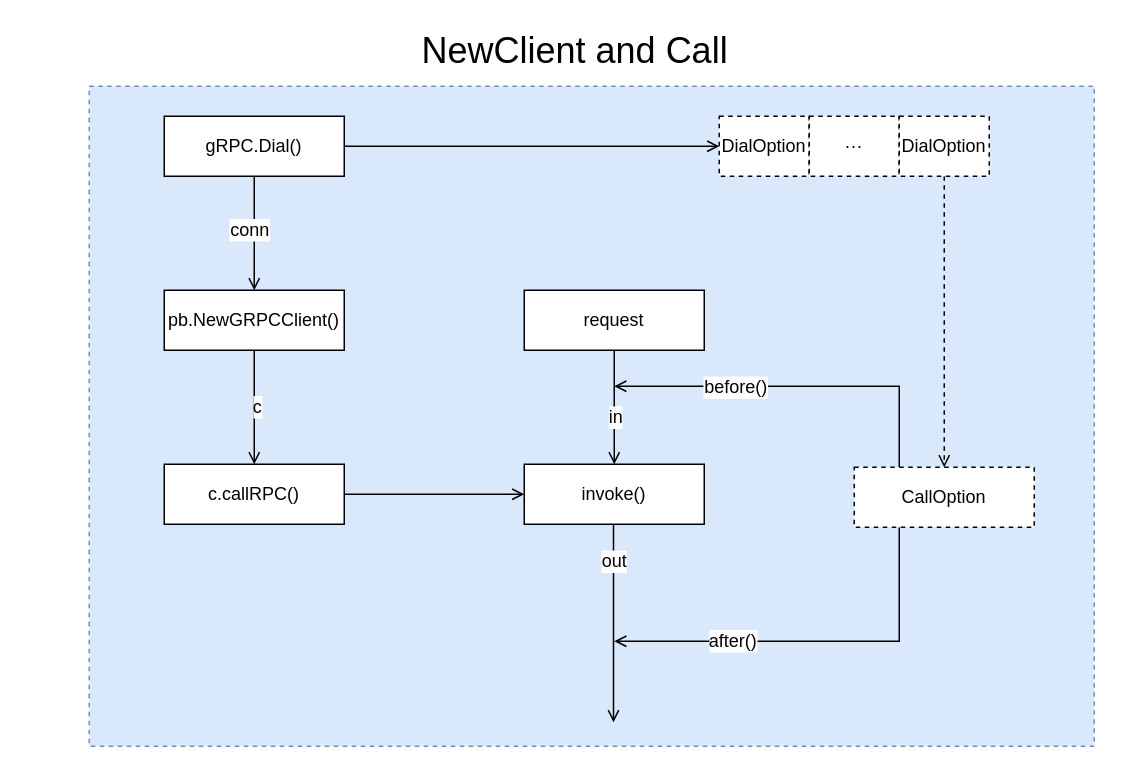
Above: gRPC-call.drawio in abserari/draw.io (draw.io), before the change. Source tidied: cells renumbered, new cells numbered last; positions are measured from the earlier drawing's top-left corner, leaving out a move shared by most shapes. Both pictures are drawn from the tidied source at 150%, with x=0, y=0 at pixel (88, 26).
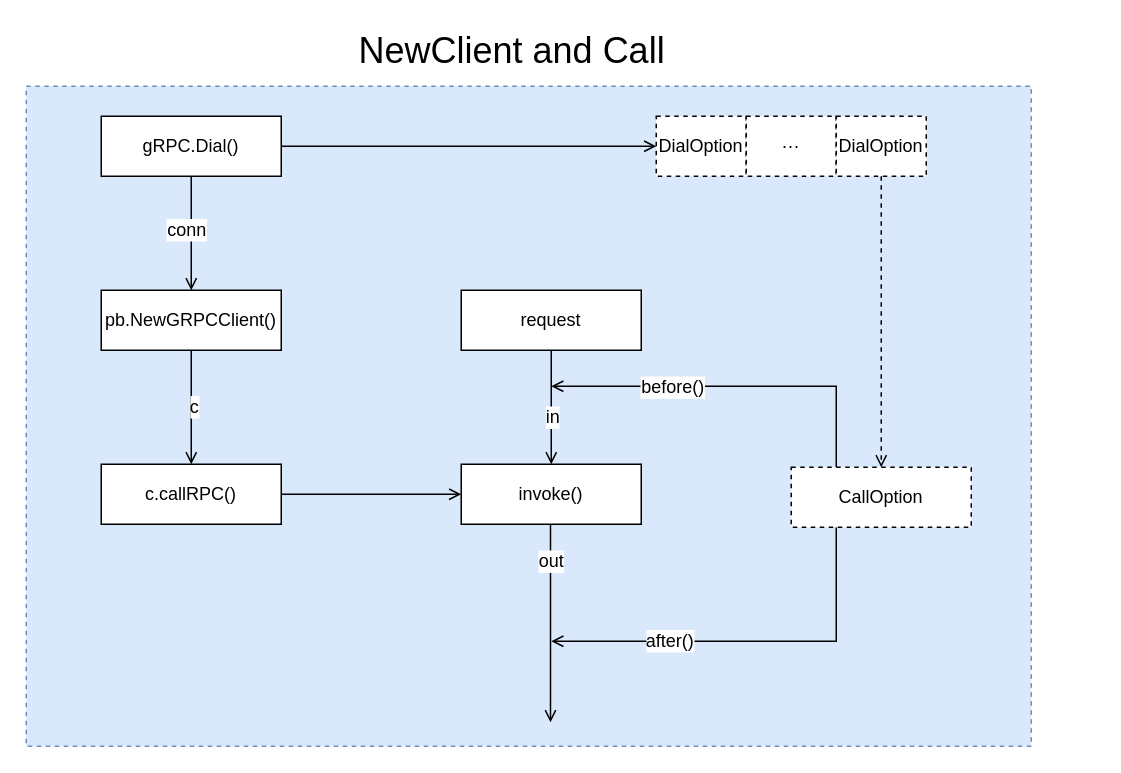
Above is the later version.

The change refers to these unchanged cells:
```xml
<mxCell id="20" value="DialOption" style="rounded=0;whiteSpace=wrap;html=1;shadow=0;glass=0;comic=0;dashed=1;" parent="19" vertex="1">
  <mxGeometry width="60" height="40" as="geometry" />
</mxCell>
<mxCell id="22" value="DialOption" style="rounded=0;whiteSpace=wrap;html=1;shadow=0;glass=0;comic=0;dashed=1;" parent="19" vertex="1">
  <mxGeometry x="120" width="60" height="40" as="geometry" />
</mxCell>
```

Diff of the diagram source:
```diff
@@
+    <mxCell id="29" style="group;" parent="1" vertex="1">
+      <mxGeometry x="-42" width="670" height="480" as="geometry" />
+    </mxCell>
-    <mxCell id="2" style="rounded=0;whiteSpace=wrap;html=1;shadow=0;glass=0;dashed=1;comic=0;fillColor=#dae8fc;strokeColor=#6c8ebf;" parent="1" vertex="1">
+    <mxCell id="2" style="rounded=0;whiteSpace=wrap;html=1;shadow=0;glass=0;dashed=1;comic=0;fillColor=#dae8fc;strokeColor=#6c8ebf;" parent="29" vertex="1">
       <mxGeometry y="40" width="670" height="440" as="geometry" />
     </mxCell>
+    <mxCell id="6" value="gRPC.Dial()" style="rounded=0;whiteSpace=wrap;html=1;" parent="29" vertex="1">
+      <mxGeometry x="50" y="60" width="120" height="40" as="geometry" />
+    </mxCell>
+    <mxCell id="9" value="pb.NewGRPCClient()" style="rounded=0;whiteSpace=wrap;html=1;" parent="29" vertex="1">
+      <mxGeometry x="50" y="176" width="120" height="40" as="geometry" />
+    </mxCell>
-    <mxCell id="3" style="edgeStyle=orthogonalEdgeStyle;rounded=0;jettySize=auto;html=1;endArrow=open;endFill=0;" parent="1" edge="1" source="6" target="9">
+    <mxCell id="3" style="edgeStyle=orthogonalEdgeStyle;rounded=0;jettySize=auto;html=1;endArrow=open;endFill=0;" parent="29" edge="1" source="6" target="9">
       <mxGeometry relative="1" as="geometry" />
     </mxCell>
@@
-    <mxCell id="5" style="edgeStyle=orthogonalEdgeStyle;rounded=0;jettySize=auto;html=1;entryX=0;entryY=0.5;entryDx=0;entryDy=0;endArrow=open;endFill=0;" parent="1" edge="1" source="6" target="20">
-      <mxGeometry relative="1" as="geometry" />
-    </mxCell>
-    <mxCell id="6" value="gRPC.Dial()" style="rounded=0;whiteSpace=wrap;html=1;" parent="1" vertex="1">
-      <mxGeometry x="50" y="60" width="120" height="40" as="geometry" />
-    </mxCell>
+    <mxCell id="11" value="c.callRPC()" style="rounded=0;whiteSpace=wrap;html=1;" parent="29" vertex="1">
+      <mxGeometry x="50" y="292" width="120" height="40" as="geometry" />
+    </mxCell>
-    <mxCell id="7" style="edgeStyle=orthogonalEdgeStyle;rounded=0;jettySize=auto;html=1;exitX=0.5;exitY=1;exitDx=0;exitDy=0;entryX=0.5;entryY=0;entryDx=0;entryDy=0;endArrow=open;endFill=0;" parent="1" edge="1" source="9" target="11">
+    <mxCell id="7" style="edgeStyle=orthogonalEdgeStyle;rounded=0;jettySize=auto;html=1;exitX=0.5;exitY=1;exitDx=0;exitDy=0;entryX=0.5;entryY=0;entryDx=0;entryDy=0;endArrow=open;endFill=0;" parent="29" edge="1" source="9" target="11">
       <mxGeometry relative="1" as="geometry" />
     </mxCell>
@@
-    <mxCell id="9" value="pb.NewGRPCClient()" style="rounded=0;whiteSpace=wrap;html=1;" parent="1" vertex="1">
-      <mxGeometry x="50" y="176" width="120" height="40" as="geometry" />
-    </mxCell>
+    <mxCell id="12" value="invoke()" style="rounded=0;whiteSpace=wrap;html=1;" parent="29" vertex="1">
+      <mxGeometry x="290" y="292" width="120" height="40" as="geometry" />
+    </mxCell>
-    <mxCell id="10" style="edgeStyle=orthogonalEdgeStyle;rounded=0;jettySize=auto;html=1;endArrow=open;endFill=0;" parent="1" edge="1" source="11" target="12">
+    <mxCell id="10" style="edgeStyle=orthogonalEdgeStyle;rounded=0;jettySize=auto;html=1;endArrow=open;endFill=0;" parent="29" edge="1" source="11" target="12">
       <mxGeometry relative="1" as="geometry" />
     </mxCell>
-    <mxCell id="11" value="c.callRPC()" style="rounded=0;whiteSpace=wrap;html=1;" parent="1" vertex="1">
-      <mxGeometry x="50" y="292" width="120" height="40" as="geometry" />
-    </mxCell>
-    <mxCell id="12" value="invoke()" style="rounded=0;whiteSpace=wrap;html=1;" parent="1" vertex="1">
-      <mxGeometry x="290" y="292" width="120" height="40" as="geometry" />
-    </mxCell>
-    <mxCell id="13" style="edgeStyle=orthogonalEdgeStyle;rounded=0;jettySize=auto;html=1;exitX=0.5;exitY=1;exitDx=0;exitDy=0;dashed=1;endArrow=open;endFill=0;entryX=0.5;entryY=0;entryDx=0;entryDy=0;" parent="1" edge="1" source="22" target="18">
-      <mxGeometry relative="1" as="geometry" />
-    </mxCell>
-    <mxCell id="14" style="edgeStyle=orthogonalEdgeStyle;rounded=0;jettySize=auto;html=1;exitX=0.25;exitY=0;exitDx=0;exitDy=0;endArrow=open;endFill=0;" parent="1" edge="1" source="18">
+    <mxCell id="14" style="edgeStyle=orthogonalEdgeStyle;rounded=0;jettySize=auto;html=1;exitX=0.25;exitY=0;exitDx=0;exitDy=0;endArrow=open;endFill=0;" parent="29" edge="1" source="18">
       <mxGeometry relative="1" as="geometry">
         <mxPoint x="350" y="240" as="targetPoint" />
         <Array as="points">
           <mxPoint x="540" y="240" />
         </Array>
       </mxGeometry>
     </mxCell>
@@
-    <mxCell id="16" style="edgeStyle=orthogonalEdgeStyle;rounded=0;jettySize=auto;html=1;exitX=0.25;exitY=1;exitDx=0;exitDy=0;endArrow=open;endFill=0;" parent="1" edge="1" source="18">
+    <mxCell id="16" style="edgeStyle=orthogonalEdgeStyle;rounded=0;jettySize=auto;html=1;exitX=0.25;exitY=1;exitDx=0;exitDy=0;endArrow=open;endFill=0;" parent="29" edge="1" source="18">
       <mxGeometry relative="1" as="geometry">
         <mxPoint x="350" y="410" as="targetPoint" />
         <Array as="points">
           <mxPoint x="540" y="410" />
         </Array>
       </mxGeometry>
     </mxCell>
@@
-    <mxCell id="18" value="CallOption" style="rounded=0;whiteSpace=wrap;html=1;shadow=0;glass=0;comic=0;dashed=1;" parent="1" vertex="1">
+    <mxCell id="18" value="CallOption" style="rounded=0;whiteSpace=wrap;html=1;shadow=0;glass=0;comic=0;dashed=1;" parent="29" vertex="1">
       <mxGeometry x="510" y="294" width="120" height="40" as="geometry" />
     </mxCell>
-    <mxCell id="19" style="group;" parent="1" vertex="1">
+    <mxCell id="19" style="group;" parent="29" vertex="1">
       <mxGeometry x="420" y="60" width="180" height="40" as="geometry" />
     </mxCell>
@@
+    <mxCell id="5" style="edgeStyle=orthogonalEdgeStyle;rounded=0;jettySize=auto;html=1;entryX=0;entryY=0.5;entryDx=0;entryDy=0;endArrow=open;endFill=0;" parent="29" edge="1" source="6" target="20">
+      <mxGeometry relative="1" as="geometry" />
+    </mxCell>
+    <mxCell id="13" style="edgeStyle=orthogonalEdgeStyle;rounded=0;jettySize=auto;html=1;exitX=0.5;exitY=1;exitDx=0;exitDy=0;dashed=1;endArrow=open;endFill=0;entryX=0.5;entryY=0;entryDx=0;entryDy=0;" parent="29" edge="1" source="22" target="18">
+      <mxGeometry relative="1" as="geometry" />
+    </mxCell>
-    <mxCell id="23" style="endArrow=open;html=1;entryX=0.5;entryY=0;entryDx=0;entryDy=0;endFill=0;exitX=0.5;exitY=1;exitDx=0;exitDy=0;" parent="1" edge="1" source="27" target="12">
+    <mxCell id="23" style="endArrow=open;html=1;entryX=0.5;entryY=0;entryDx=0;entryDy=0;endFill=0;exitX=0.5;exitY=1;exitDx=0;exitDy=0;" parent="29" edge="1" source="27" target="12">
       <mxGeometry relative="1" as="geometry" />
     </mxCell>
@@
-    <mxCell id="25" style="endArrow=open;html=1;entryX=0.5;entryY=0;entryDx=0;entryDy=0;endFill=0;" parent="1" edge="1">
+    <mxCell id="25" style="endArrow=open;html=1;entryX=0.5;entryY=0;entryDx=0;entryDy=0;endFill=0;" parent="29" edge="1">
       <mxGeometry relative="1" as="geometry">
         <mxPoint x="349.5" y="332" as="sourcePoint" />
         <mxPoint x="349.5" y="464" as="targetPoint" />
       </mxGeometry>
     </mxCell>
@@
-    <mxCell id="27" value="request" style="rounded=0;whiteSpace=wrap;html=1;" parent="1" vertex="1">
+    <mxCell id="27" value="request" style="rounded=0;whiteSpace=wrap;html=1;" parent="29" vertex="1">
       <mxGeometry x="290" y="176" width="120" height="40" as="geometry" />
     </mxCell>
-    <mxCell id="28" value="NewClient and Call" style="text;html=1;align=left;verticalAlign=top;spacingTop=-4;fontSize=24;" parent="1" vertex="1">
+    <mxCell id="28" value="NewClient and Call" style="text;html=1;align=left;verticalAlign=top;spacingTop=-4;fontSize=24;" parent="29" vertex="1">
       <mxGeometry x="220" width="120" height="20" as="geometry" />
     </mxCell>
```
